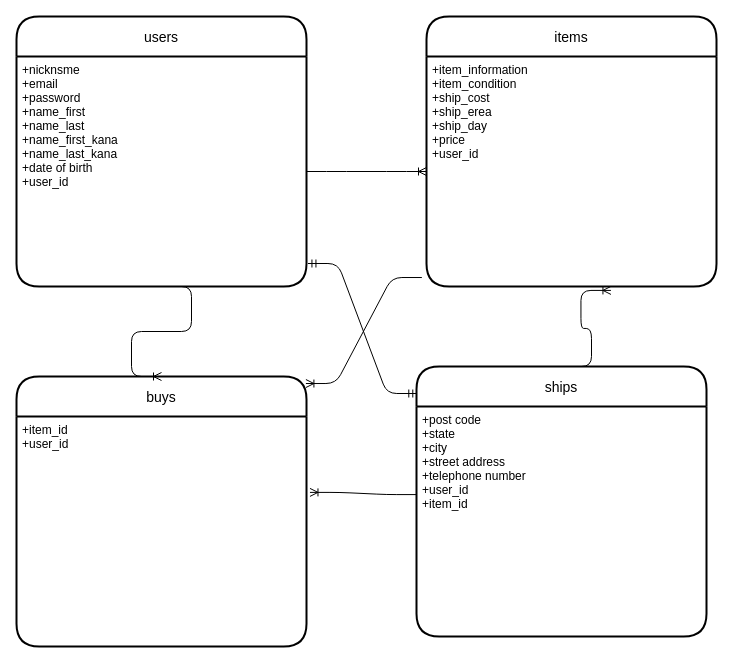
Before: furima.dio in komashige/furima-39825-k, a draw.io diagram. Source tidied: cells renumbered, new cells numbered last; positions are measured from the earlier drawing's top-left corner, leaving out a move shared by most shapes. Both pictures are drawn from the tidied source at 100%, with x=0, y=0 at pixel (16, 16).
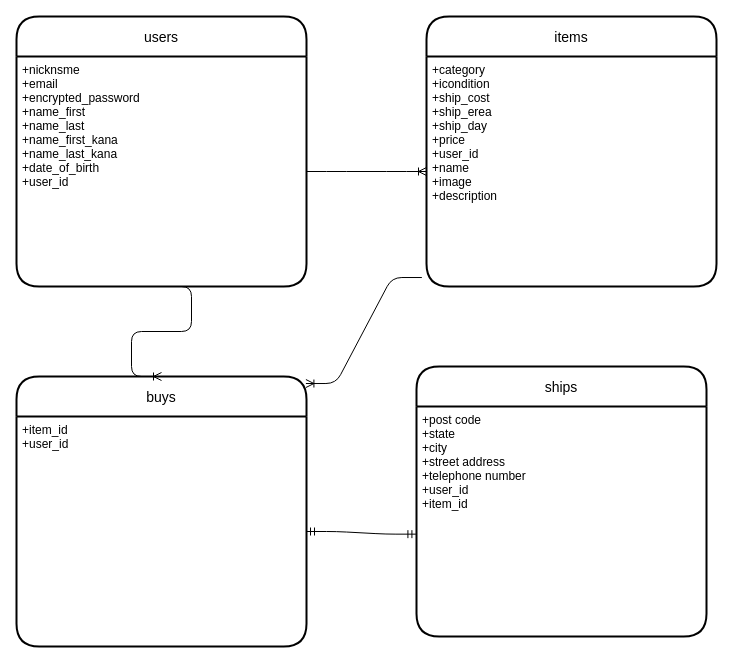
The same page after the edit.

Commit message (it also covers changes not shown here):
ER図、データベース設計２回目

The edit, as a diff of the source:
```diff
@@
 <mxGraphModel>
   <root>
     <mxCell id="0" />
     <mxCell id="1" parent="0" />
     <mxCell id="2" value="users" style="swimlane;horizontal=1;startSize=40;rounded=1;fontSize=14;fontStyle=0;strokeWidth=2;shadow=0;dashed=0;align=center;arcSize=19;" parent="1" vertex="1">
       <mxGeometry width="290" height="270" as="geometry" />
     </mxCell>
-    <mxCell id="3" value="+nicknsme&#10;+email&#10;+password&#10;+name_first&#10;+name_last&#10;+name_first_kana&#10;+name_last_kana&#10;+date of birth&#10;+user_id" style="align=left;strokeColor=none;fillColor=none;spacingLeft=4;fontSize=12;verticalAlign=top;" parent="2" vertex="1">
+    <mxCell id="3" value="+nicknsme&#10;+email&#10;+encrypted_password&#10;+name_first&#10;+name_last&#10;+name_first_kana&#10;+name_last_kana&#10;+date_of_birth&#10;+user_id" style="align=left;strokeColor=none;fillColor=none;spacingLeft=4;fontSize=12;verticalAlign=top;" parent="2" vertex="1">
       <mxGeometry y="40" width="290" height="230" as="geometry" />
     </mxCell>
     <mxCell id="4" value="items" style="swimlane;horizontal=1;startSize=40;rounded=1;fontSize=14;fontStyle=0;strokeWidth=2;shadow=0;dashed=0;align=center;arcSize=19;" parent="1" vertex="1">
       <mxGeometry x="410" width="290" height="270" as="geometry" />
     </mxCell>
-    <mxCell id="5" value="+item_information&#10;+item_condition&#10;+ship_cost&#10;+ship_erea&#10;+ship_day&#10;+price&#10;+user_id" style="align=left;strokeColor=none;fillColor=none;spacingLeft=4;fontSize=12;verticalAlign=top;" parent="4" vertex="1">
+    <mxCell id="5" value="+category&#10;+icondition&#10;+ship_cost&#10;+ship_erea&#10;+ship_day&#10;+price&#10;+user_id&#10;+name&#10;+image&#10;+description" style="align=left;strokeColor=none;fillColor=none;spacingLeft=4;fontSize=12;verticalAlign=top;" parent="4" vertex="1">
       <mxGeometry y="40" width="290" height="230" as="geometry" />
     </mxCell>
     <mxCell id="6" value="buys" style="swimlane;horizontal=1;startSize=40;rounded=1;fontSize=14;fontStyle=0;strokeWidth=2;shadow=0;dashed=0;align=center;arcSize=19;" parent="1" vertex="1">
       <mxGeometry y="360" width="290" height="270" as="geometry" />
     </mxCell>
     <mxCell id="7" value="+item_id&#10;+user_id" style="align=left;strokeColor=none;fillColor=none;spacingLeft=4;fontSize=12;verticalAlign=top;" parent="6" vertex="1">
       <mxGeometry y="40" width="290" height="230" as="geometry" />
     </mxCell>
     <mxCell id="8" value="ships" style="swimlane;horizontal=1;startSize=40;rounded=1;fontSize=14;fontStyle=0;strokeWidth=2;shadow=0;dashed=0;align=center;arcSize=19;" parent="1" vertex="1">
       <mxGeometry x="400" y="350" width="290" height="270" as="geometry" />
     </mxCell>
     <mxCell id="9" value="+post code&#10;+state&#10;+city&#10;+street address&#10;+telephone number&#10;+user_id&#10;+item_id" style="align=left;strokeColor=none;fillColor=none;spacingLeft=4;fontSize=12;verticalAlign=top;" parent="8" vertex="1">
       <mxGeometry y="40" width="290" height="230" as="geometry" />
     </mxCell>
     <mxCell id="10" style="edgeStyle=entityRelationEdgeStyle;fontSize=12;html=1;endArrow=ERoneToMany;" parent="1" edge="1" source="3">
       <mxGeometry relative="1" as="geometry">
         <mxPoint x="410" y="155" as="targetPoint" />
       </mxGeometry>
     </mxCell>
     <mxCell id="11" style="edgeStyle=entityRelationEdgeStyle;fontSize=12;html=1;endArrow=ERoneToMany;exitX=0.5;exitY=1;exitDx=0;exitDy=0;entryX=0.5;entryY=0;entryDx=0;entryDy=0;" parent="1" edge="1" source="3" target="6">
       <mxGeometry relative="1" as="geometry" />
     </mxCell>
-    <mxCell id="12" style="edgeStyle=entityRelationEdgeStyle;fontSize=12;html=1;endArrow=ERmandOne;startArrow=ERmandOne;entryX=1.005;entryY=0.9;entryDx=0;entryDy=0;exitX=0.001;exitY=0.1;exitDx=0;exitDy=0;exitPerimeter=0;entryPerimeter=0;" parent="1" edge="1" source="8" target="3">
-      <mxGeometry relative="1" as="geometry" />
-    </mxCell>
-    <mxCell id="13" style="edgeStyle=entityRelationEdgeStyle;fontSize=12;html=1;endArrow=ERoneToMany;entryX=0.636;entryY=1.017;entryDx=0;entryDy=0;entryPerimeter=0;exitX=0.5;exitY=0;exitDx=0;exitDy=0;" parent="1" edge="1" source="8" target="5">
-      <mxGeometry relative="1" as="geometry" />
-    </mxCell>
-    <mxCell id="14" style="edgeStyle=entityRelationEdgeStyle;fontSize=12;html=1;endArrow=ERoneToMany;entryX=1.012;entryY=0.33;entryDx=0;entryDy=0;entryPerimeter=0;exitX=0.001;exitY=0.383;exitDx=0;exitDy=0;exitPerimeter=0;" parent="1" edge="1" source="9" target="7">
-      <mxGeometry relative="1" as="geometry" />
-    </mxCell>
     <mxCell id="15" style="edgeStyle=entityRelationEdgeStyle;fontSize=12;html=1;endArrow=ERoneToMany;entryX=0.998;entryY=0.026;entryDx=0;entryDy=0;entryPerimeter=0;exitX=-0.016;exitY=0.961;exitDx=0;exitDy=0;exitPerimeter=0;" parent="1" edge="1" source="5" target="6">
       <mxGeometry relative="1" as="geometry" />
     </mxCell>
+    <mxCell id="16" style="edgeStyle=entityRelationEdgeStyle;fontSize=12;html=1;endArrow=ERmandOne;startArrow=ERmandOne;entryX=-0.002;entryY=0.555;entryDx=0;entryDy=0;entryPerimeter=0;" parent="1" edge="1" target="9">
+      <mxGeometry relative="1" as="geometry">
+        <mxPoint x="290" y="515" as="sourcePoint" />
+      </mxGeometry>
+    </mxCell>
   </root>
 </mxGraphModel>
```
